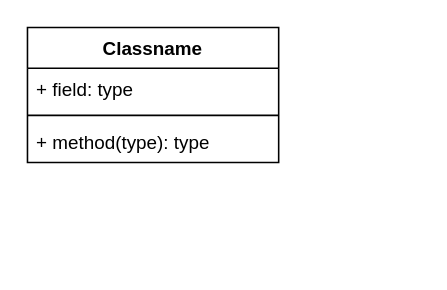
Above: 01.drawio in 1579231583/student (draw.io), before the change. Source tidied: cells renumbered, new cells numbered last; positions are measured from the earlier drawing's top-left corner, leaving out a move shared by most shapes. Both pictures are drawn from the tidied source at 157%, with x=0, y=0 at pixel (27, 27).
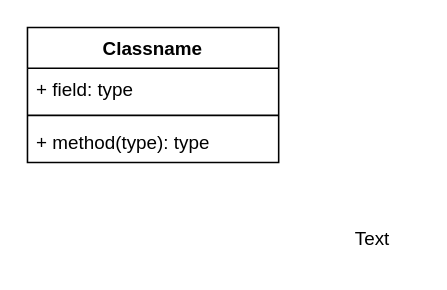
After the change.

Diff of the diagram source:
```diff
@@
 <mxGraphModel>
   <root>
     <mxCell id="0" />
     <mxCell id="1" parent="0" />
     <mxCell id="2" value="Classname" style="swimlane;fontStyle=1;align=center;verticalAlign=top;horizontal=1;startSize=26;whiteSpace=wrap;html=1;" parent="1" vertex="1">
       <mxGeometry width="160" height="86" as="geometry" />
     </mxCell>
     <mxCell id="3" value="+ field: type" style="text;strokeColor=none;fillColor=none;align=left;verticalAlign=top;spacingLeft=4;spacingRight=4;overflow=hidden;whiteSpace=wrap;html=1;" parent="2" vertex="1">
       <mxGeometry y="26" width="160" height="26" as="geometry" />
     </mxCell>
     <mxCell id="4" style="line;strokeWidth=1;fillColor=none;align=left;verticalAlign=middle;spacingTop=-1;spacingLeft=3;spacingRight=3;labelPosition=right;strokeColor=inherit;" parent="2" vertex="1">
       <mxGeometry y="52" width="160" height="8" as="geometry" />
     </mxCell>
     <mxCell id="5" value="+ method(type): type" style="text;strokeColor=none;fillColor=none;align=left;verticalAlign=top;spacingLeft=4;spacingRight=4;overflow=hidden;whiteSpace=wrap;html=1;" parent="2" vertex="1">
       <mxGeometry y="60" width="160" height="26" as="geometry" />
     </mxCell>
+    <mxCell id="6" value="Text" style="text;html=1;whiteSpace=wrap;strokeColor=none;fillColor=none;align=center;verticalAlign=middle;rounded=0;" parent="1" vertex="1">
+      <mxGeometry x="190" y="120" width="60" height="30" as="geometry" />
+    </mxCell>
   </root>
 </mxGraphModel>
```
